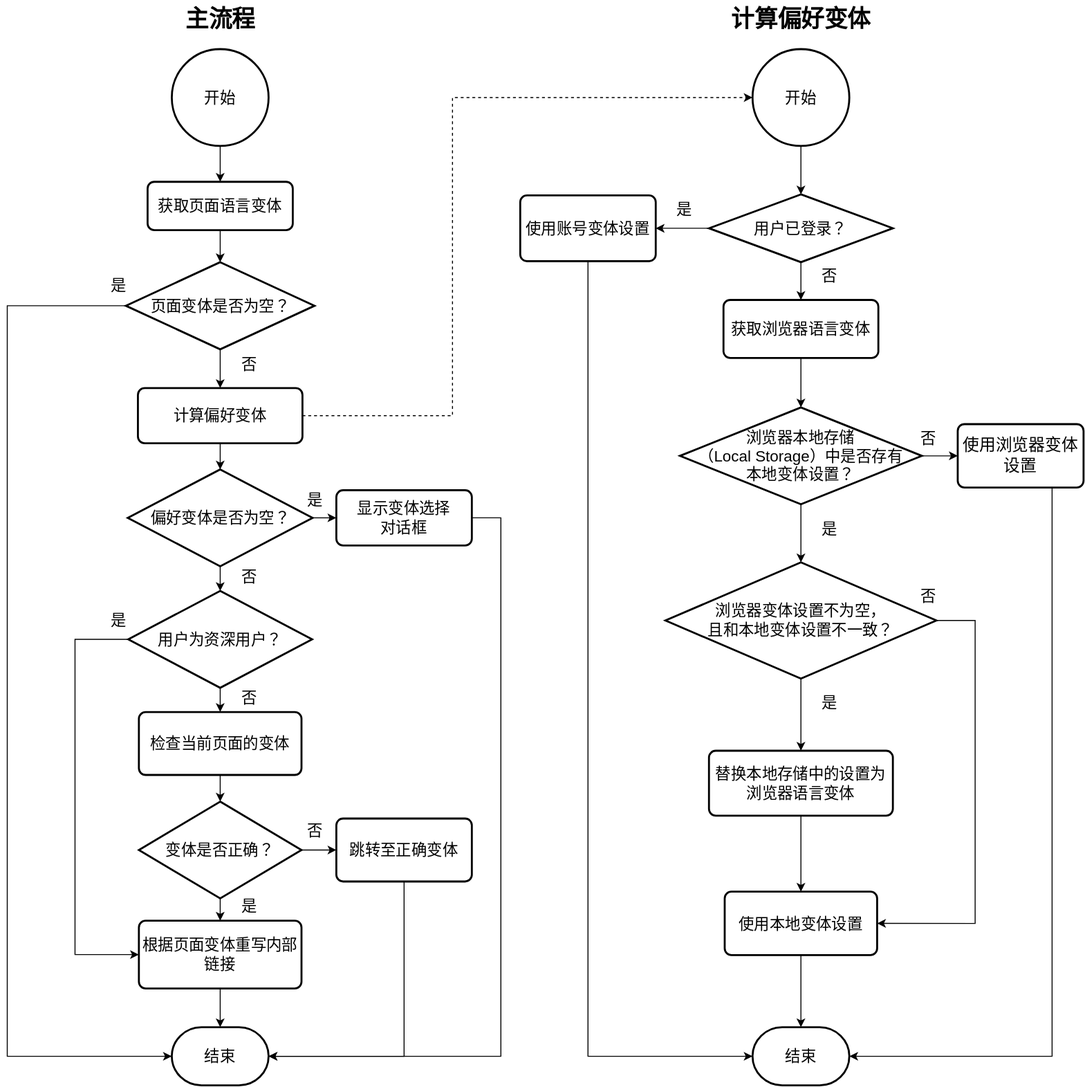
Above: docs/workflow.svg in wikimedia-gadgets/VariantAlly (draw.io), before the change. Source tidied: cells renumbered, new cells last; positions are measured from the earlier drawing's top-left corner, leaving out a move shared by most shapes.
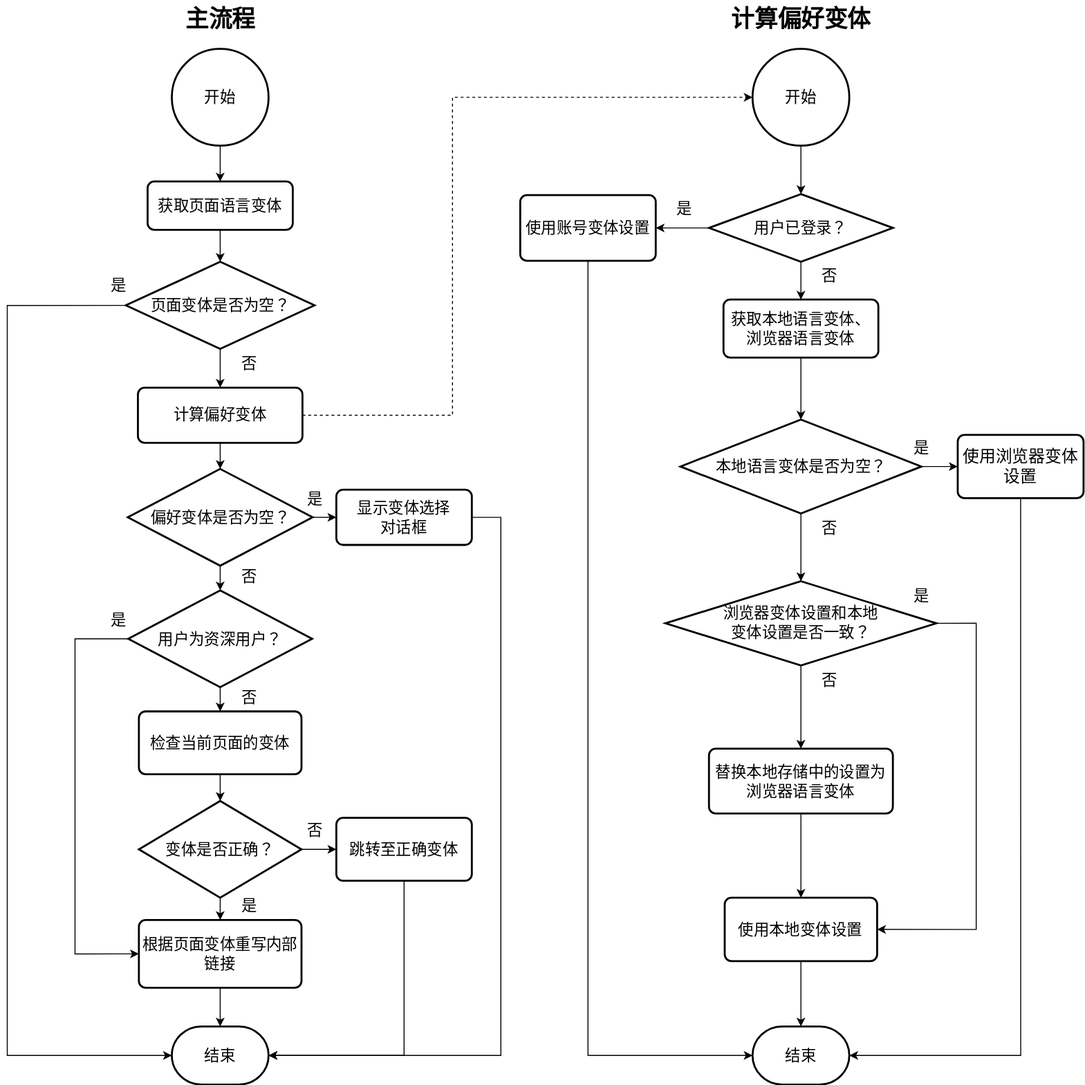
The same diagram one commit later.

Commit message:
Clarify documentation and charts

The edit, as a diff of the source:
```diff
@@ -87,52 +87,43 @@
     <mxCell id="26" value="&lt;font style=&quot;font-size: 16px;&quot;&gt;使用账号变体设置&lt;br&gt;&lt;/font&gt;" style="rounded=1;whiteSpace=wrap;html=1;absoluteArcSize=1;arcSize=14;strokeWidth=2;" parent="1" vertex="1">
       <mxGeometry x="530" y="201" width="140" height="68" as="geometry" />
     </mxCell>
-    <mxCell id="27" style="edgeStyle=orthogonalEdgeStyle;rounded=0;jettySize=auto;html=1;entryX=0.5;entryY=0;entryDx=0;entryDy=0;entryPerimeter=0;" parent="1" edge="1" source="28" target="31">
-      <mxGeometry relative="1" as="geometry" />
-    </mxCell>
+    <mxCell id="68" style="edgeStyle=orthogonalEdgeStyle;rounded=0;jettySize=auto;html=1;exitX=0.5;exitY=1;exitDx=0;exitDy=0;entryX=0.5;entryY=0;entryDx=0;entryDy=0;entryPerimeter=0;" parent="1" edge="1" source="28" target="71">
+      <mxGeometry relative="1" as="geometry" />
+    </mxCell>
-    <mxCell id="28" value="&lt;font style=&quot;font-size: 16px;&quot;&gt;获取浏览器语言变体&lt;br&gt;&lt;/font&gt;" style="rounded=1;whiteSpace=wrap;html=1;absoluteArcSize=1;arcSize=14;strokeWidth=2;" parent="1" vertex="1">
+    <mxCell id="28" value="&lt;font style=&quot;font-size: 16px;&quot;&gt;获取本地语言变体、浏览器语言变体&lt;br&gt;&lt;/font&gt;" style="rounded=1;whiteSpace=wrap;html=1;absoluteArcSize=1;arcSize=14;strokeWidth=2;" parent="1" vertex="1">
       <mxGeometry x="740" y="309" width="160" height="60" as="geometry" />
     </mxCell>
-    <mxCell id="29" style="edgeStyle=orthogonalEdgeStyle;rounded=0;jettySize=auto;html=1;" parent="1" edge="1" source="31" target="34">
-      <mxGeometry relative="1" as="geometry" />
-    </mxCell>
-    <mxCell id="30" style="edgeStyle=orthogonalEdgeStyle;rounded=0;jettySize=auto;html=1;exitX=1;exitY=0.5;exitDx=0;exitDy=0;exitPerimeter=0;" parent="1" edge="1" source="31" target="36">
-      <mxGeometry relative="1" as="geometry" />
-    </mxCell>
-    <mxCell id="31" value="&lt;div&gt;&lt;font style=&quot;font-size: 16px;&quot;&gt;浏览器本地存储&lt;/font&gt;&lt;/div&gt;&lt;div&gt;&lt;font style=&quot;font-size: 16px;&quot;&gt;（Local Storage）中是否存有&lt;/font&gt;&lt;/div&gt;&lt;div&gt;&lt;font style=&quot;font-size: 16px;&quot;&gt;本地变体设置？&lt;/font&gt;&lt;/div&gt;" style="strokeWidth=2;html=1;shape=mxgraph.flowchart.decision;whiteSpace=wrap;" parent="1" vertex="1">
-      <mxGeometry x="695" y="420" width="250" height="100" as="geometry" />
-    </mxCell>
     <mxCell id="32" style="edgeStyle=orthogonalEdgeStyle;rounded=0;jettySize=auto;html=1;exitX=0.5;exitY=1;exitDx=0;exitDy=0;exitPerimeter=0;entryX=0.5;entryY=0;entryDx=0;entryDy=0;" parent="1" edge="1" source="34" target="38">
       <mxGeometry relative="1" as="geometry" />
     </mxCell>
     <mxCell id="33" style="edgeStyle=orthogonalEdgeStyle;rounded=0;jettySize=auto;html=1;exitX=1;exitY=0.5;exitDx=0;exitDy=0;exitPerimeter=0;entryX=1;entryY=0.5;entryDx=0;entryDy=0;" parent="1" edge="1" source="34" target="40">
       <mxGeometry relative="1" as="geometry">
         <Array as="points">
-          <mxPoint x="1000" y="640" />
-          <mxPoint x="1000" y="953" />
+          <mxPoint x="1001" y="643" />
+          <mxPoint x="1001" y="960" />
         </Array>
       </mxGeometry>
     </mxCell>
-    <mxCell id="34" value="&lt;div&gt;&lt;font style=&quot;font-size: 16px;&quot;&gt;浏览器变体设置不为空，&lt;/font&gt;&lt;/div&gt;&lt;div&gt;&lt;font style=&quot;font-size: 16px;&quot;&gt;且和本地变体设置不一致？&lt;/font&gt;&lt;/div&gt;" style="strokeWidth=2;html=1;shape=mxgraph.flowchart.decision;whiteSpace=wrap;" parent="1" vertex="1">
-      <mxGeometry x="680" y="580" width="280" height="120" as="geometry" />
+    <mxCell id="34" value="&lt;div&gt;&lt;font style=&quot;font-size: 16px;&quot;&gt;浏览器变体设置和本地&lt;/font&gt;&lt;/div&gt;&lt;div&gt;&lt;font style=&quot;font-size: 16px;&quot;&gt;变体设置是否一致？&lt;/font&gt;&lt;/div&gt;" style="strokeWidth=2;html=1;shape=mxgraph.flowchart.decision;whiteSpace=wrap;" parent="1" vertex="1">
+      <mxGeometry x="680" y="600" width="280" height="87" as="geometry" />
     </mxCell>
-    <mxCell id="35" style="edgeStyle=orthogonalEdgeStyle;rounded=0;jettySize=auto;html=1;exitX=0.75;exitY=1;exitDx=0;exitDy=0;entryX=1;entryY=0.5;entryDx=0;entryDy=0;entryPerimeter=0;" parent="1" edge="1" source="36" target="41">
+    <mxCell id="35" style="edgeStyle=orthogonalEdgeStyle;rounded=0;jettySize=auto;html=1;exitX=0.5;exitY=1;exitDx=0;exitDy=0;entryX=1;entryY=0.5;entryDx=0;entryDy=0;entryPerimeter=0;" parent="1" edge="1" source="36" target="41">
       <mxGeometry relative="1" as="geometry" />
     </mxCell>
     <mxCell id="36" value="&lt;font style=&quot;font-size: 17px;&quot;&gt;使用浏览器变体设置&lt;/font&gt;" style="rounded=1;whiteSpace=wrap;html=1;absoluteArcSize=1;arcSize=14;strokeWidth=2;" parent="1" vertex="1">
-      <mxGeometry x="982" y="437.2" width="130" height="65.5" as="geometry" />
+      <mxGeometry x="982" y="448.8" width="130" height="65.5" as="geometry" />
     </mxCell>
     <mxCell id="37" style="edgeStyle=orthogonalEdgeStyle;rounded=0;jettySize=auto;html=1;exitX=0.5;exitY=1;exitDx=0;exitDy=0;entryX=0.5;entryY=0;entryDx=0;entryDy=0;" parent="1" edge="1" source="38" target="40">
       <mxGeometry relative="1" as="geometry" />
     </mxCell>
     <mxCell id="38" value="&lt;font style=&quot;font-size: 16px;&quot;&gt;替换本地存储中的设置为浏览器语言变体&lt;/font&gt;" style="rounded=1;whiteSpace=wrap;html=1;absoluteArcSize=1;arcSize=14;strokeWidth=2;" parent="1" vertex="1">
-      <mxGeometry x="725" y="774.5" width="190" height="67" as="geometry" />
+      <mxGeometry x="725" y="773" width="190" height="67" as="geometry" />
     </mxCell>
-    <mxCell id="39" style="edgeStyle=orthogonalEdgeStyle;rounded=0;jettySize=auto;html=1;exitX=0.5;exitY=1;exitDx=0;exitDy=0;entryX=0.5;entryY=0;entryDx=0;entryDy=0;entryPerimeter=0;" parent="1" edge="1" source="40" target="41">
+    <mxCell id="39" style="edgeStyle=orthogonalEdgeStyle;rounded=0;jettySize=auto;html=1;exitX=0.5;exitY=1;exitDx=0;exitDy=0;" parent="1" edge="1" source="40" target="41">
       <mxGeometry relative="1" as="geometry" />
     </mxCell>
     <mxCell id="40" value="&lt;font style=&quot;font-size: 16px;&quot;&gt;使用本地变体设置&lt;br&gt;&lt;/font&gt;" style="rounded=1;whiteSpace=wrap;html=1;absoluteArcSize=1;arcSize=14;strokeWidth=2;" parent="1" vertex="1">
-      <mxGeometry x="741.2" y="920" width="157.5" height="65.5" as="geometry" />
+      <mxGeometry x="741.2" y="927" width="157.5" height="65.5" as="geometry" />
     </mxCell>
     <mxCell id="41" value="&lt;font style=&quot;font-size: 16px;&quot;&gt;结束&lt;br&gt;&lt;/font&gt;" style="strokeWidth=2;html=1;shape=mxgraph.flowchart.terminator;whiteSpace=wrap;" parent="1" vertex="1">
       <mxGeometry x="770" y="1060" width="100" height="60" as="geometry" />
@@ -214,16 +205,25 @@
       <mxGeometry x="820" y="269" width="60" height="30" as="geometry" />
     </mxCell>
     <mxCell id="64" value="&lt;font style=&quot;font-size: 16px;&quot;&gt;否&lt;/font&gt;" style="text;html=1;strokeColor=none;fillColor=none;align=center;verticalAlign=middle;whiteSpace=wrap;rounded=0;" parent="1" vertex="1">
-      <mxGeometry x="922" y="437.2" width="60" height="30" as="geometry" />
+      <mxGeometry x="820" y="530" width="60" height="30" as="geometry" />
     </mxCell>
     <mxCell id="65" value="&lt;font style=&quot;font-size: 16px;&quot;&gt;是&lt;/font&gt;" style="text;html=1;strokeColor=none;fillColor=none;align=center;verticalAlign=middle;whiteSpace=wrap;rounded=0;" parent="1" vertex="1">
-      <mxGeometry x="820" y="530" width="60" height="30" as="geometry" />
+      <mxGeometry x="915" y="447" width="60" height="30" as="geometry" />
     </mxCell>
     <mxCell id="66" value="&lt;font style=&quot;font-size: 16px;&quot;&gt;是&lt;/font&gt;" style="text;html=1;strokeColor=none;fillColor=none;align=center;verticalAlign=middle;whiteSpace=wrap;rounded=0;" parent="1" vertex="1">
-      <mxGeometry x="820" y="709.5" width="60" height="30" as="geometry" />
+      <mxGeometry x="915" y="600" width="60" height="30" as="geometry" />
     </mxCell>
     <mxCell id="67" value="&lt;font style=&quot;font-size: 16px;&quot;&gt;否&lt;/font&gt;" style="text;html=1;strokeColor=none;fillColor=none;align=center;verticalAlign=middle;whiteSpace=wrap;rounded=0;" parent="1" vertex="1">
-      <mxGeometry x="922" y="600" width="60" height="30" as="geometry" />
+      <mxGeometry x="820" y="687" width="60" height="30" as="geometry" />
     </mxCell>
+    <mxCell id="69" style="edgeStyle=orthogonalEdgeStyle;rounded=0;jettySize=auto;html=1;exitX=0.5;exitY=1;exitDx=0;exitDy=0;exitPerimeter=0;entryX=0.5;entryY=0;entryDx=0;entryDy=0;entryPerimeter=0;" parent="1" edge="1" source="71" target="34">
+      <mxGeometry relative="1" as="geometry" />
+    </mxCell>
+    <mxCell id="70" style="edgeStyle=orthogonalEdgeStyle;rounded=0;jettySize=auto;html=1;exitX=1;exitY=0.5;exitDx=0;exitDy=0;exitPerimeter=0;entryX=0;entryY=0.5;entryDx=0;entryDy=0;" parent="1" edge="1" source="71" target="36">
+      <mxGeometry relative="1" as="geometry" />
+    </mxCell>
+    <mxCell id="71" value="&lt;font style=&quot;font-size: 16px;&quot;&gt;本地语言变体是否为空？&lt;br&gt;&lt;/font&gt;" style="strokeWidth=2;html=1;shape=mxgraph.flowchart.decision;whiteSpace=wrap;" parent="1" vertex="1">
+      <mxGeometry x="695.5" y="433" width="249" height="97" as="geometry" />
+    </mxCell>
   </root>
 </mxGraphModel>
```
